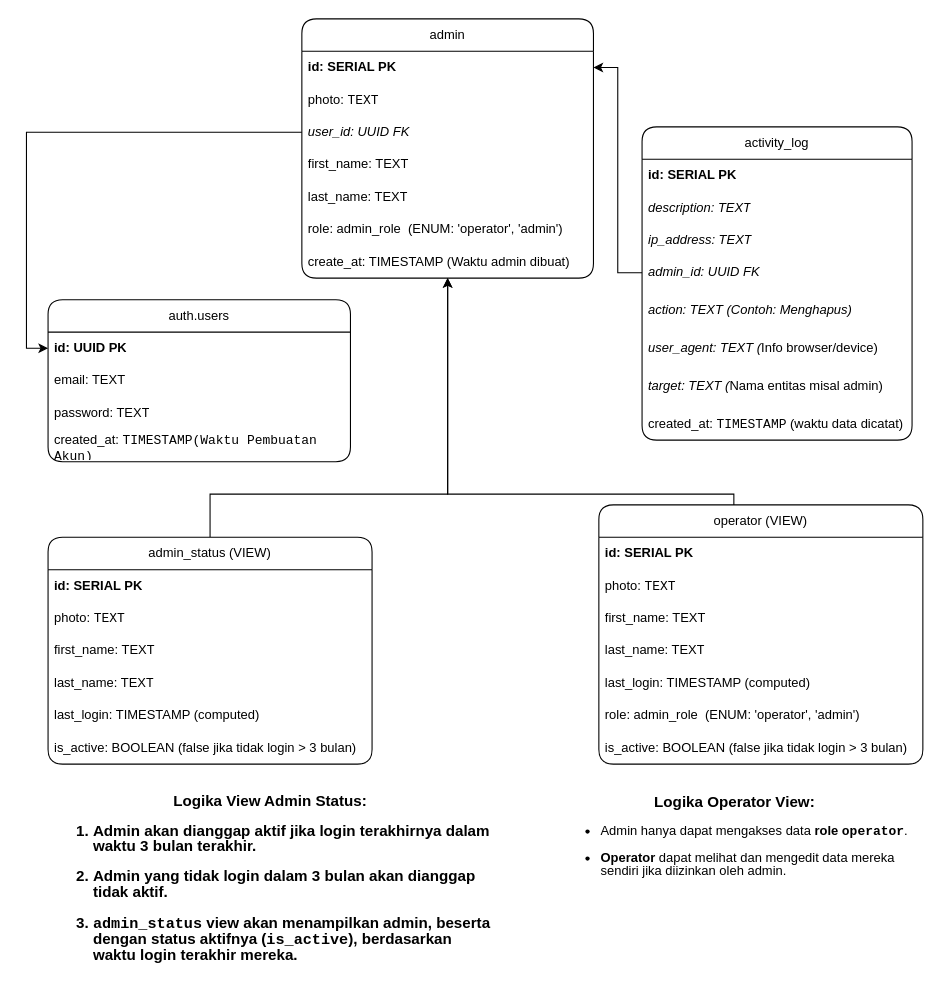
Earlier version of the draw.io diagram page "ERD CRUD" (1 of 13) of dba/Logika CRUD Admin Atau Operator.drawio (BhinnekaDev/DATABASE-LOKAL-GEOFISIKA-DATABASE). Source tidied: cells renumbered, new cells numbered last; positions are measured from the earlier drawing's top-left corner, leaving out a move shared by most shapes. Both pictures are drawn from the tidied source at 108%, with x=0, y=0 at pixel (48, 18).
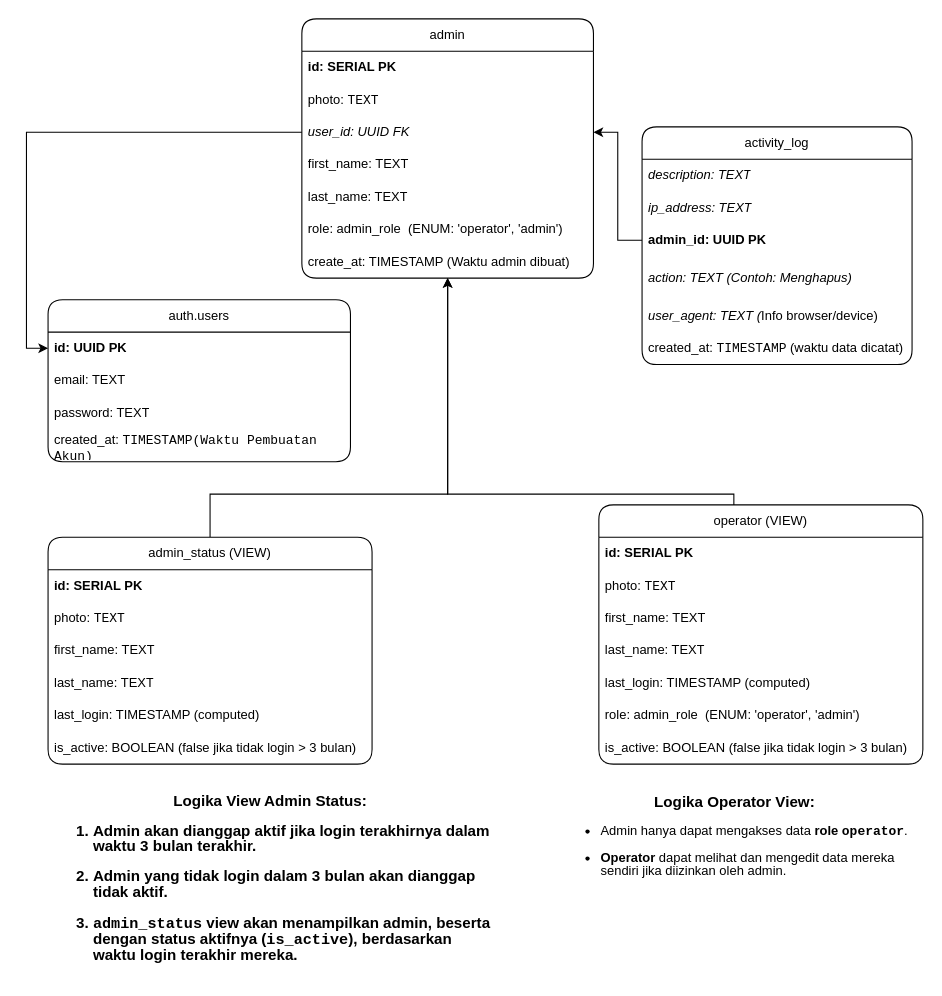
After the change.

Commit message (it also covers changes not shown here):
feat: menambahkan logika activity log

The change refers to these unchanged cells:
```xml
<mxCell id="3" value="&lt;b&gt;id:&amp;nbsp;SERIAL PK&lt;/b&gt;" style="text;strokeColor=none;fillColor=none;align=left;verticalAlign=middle;spacingLeft=4;spacingRight=4;overflow=hidden;points=[[0,0.5],[1,0.5]];portConstraint=eastwest;whiteSpace=wrap;html=1;labelBackgroundColor=none;rounded=1;" parent="2" vertex="1">
  <mxGeometry y="30" width="270" height="30" as="geometry" />
</mxCell>
<mxCell id="5" value="&lt;i&gt;user_id: UUID FK&amp;nbsp;&amp;nbsp;&lt;/i&gt;" style="text;strokeColor=none;fillColor=none;align=left;verticalAlign=middle;spacingLeft=4;spacingRight=4;overflow=hidden;points=[[0,0.5],[1,0.5]];portConstraint=eastwest;whiteSpace=wrap;html=1;labelBackgroundColor=none;rounded=1;" parent="2" vertex="1">
  <mxGeometry y="90" width="270" height="30" as="geometry" />
</mxCell>
```

What changed in the source:
```diff
@@
     <mxCell id="15" value="activity_log" style="swimlane;fontStyle=0;horizontal=1;startSize=30;whiteSpace=wrap;html=1;labelBackgroundColor=none;rounded=1;" parent="1" vertex="1">
-      <mxGeometry x="550" y="100" width="250" height="290" as="geometry" />
+      <mxGeometry x="550" y="100" width="250" height="220" as="geometry" />
     </mxCell>
-    <mxCell id="16" value="&lt;b&gt;id:&amp;nbsp;SERIAL PK&lt;/b&gt;" style="text;strokeColor=none;fillColor=none;align=left;verticalAlign=middle;spacingLeft=4;spacingRight=4;overflow=hidden;whiteSpace=wrap;html=1;labelBackgroundColor=none;rounded=1;" parent="15" vertex="1">
-      <mxGeometry y="30" width="250" height="30" as="geometry" />
-    </mxCell>
     <mxCell id="17" value="&lt;i&gt;description&lt;/i&gt;&lt;font face=&quot;monospace&quot; color=&quot;rgba(0, 0, 0, 0)&quot;&gt;&lt;span style=&quot;font-size: 0px; text-wrap-mode: nowrap;&quot;&gt;3CmxGraphModel%3E%3Croot%3E%3CmxCell%20id%3D%220%22%2F%3E%3CmxCell%20id%3D%221%22%20parent%3D%220%22%2F%3E%3CmxCell%20id%3D%222%22%20value%3D%22%26lt%3Bi%26gt%3Btarget%3A%20TEXT%26lt%3B%2Fi%26gt%3B%22%20style%3D%22text%3BstrokeColor%3Dnone%3BfillColor%3Dnone%3Balign%3Dleft%3BverticalAlign%3Dmiddle%3BspacingLeft%3D4%3BspacingRight%3D4%3Boverflow%3Dhidden%3Bpoints%3D%5B%5B0%2C0.5%5D%2C%5B1%2C0.5%5D%5D%3BportConstraint%3Deastwest%3Brotatable%3D0%3BwhiteSpace%3Dwrap%3Bhtml%3D1%3BlabelBackgroundColor%3Dnone%3Brounded%3D1%3B%22%20vertex%3D%221%22%20parent%3D%221%22%3E%3CmxGeometry%20x%3D%22-260%22%20y%3D%22380%22%20width%3D%22250%22%20height%3D%2220%22%20as%3D%22geometry%22%2F%3E%3C%2FmxCell%3E%3C%2Froot%3E%3C%2FmxGraphModel%3&lt;/span&gt;&lt;/font&gt;&lt;i&gt;: TEXT&lt;/i&gt;" style="text;strokeColor=none;fillColor=none;align=left;verticalAlign=middle;spacingLeft=4;spacingRight=4;overflow=hidden;whiteSpace=wrap;html=1;labelBackgroundColor=none;rounded=1;" parent="15" vertex="1">
-      <mxGeometry y="60" width="250" height="30" as="geometry" />
+      <mxGeometry y="30" width="250" height="30" as="geometry" />
     </mxCell>
     <mxCell id="18" value="&lt;i&gt;ip_address&lt;/i&gt;&lt;font face=&quot;monospace&quot; color=&quot;rgba(0, 0, 0, 0)&quot;&gt;&lt;span style=&quot;font-size: 0px; text-wrap-mode: nowrap;&quot;&gt;3CmxGraphMod%3E%3Croot%3E%3CmxCell%20id%3D%220%22%2F%3E%3CmxCell%20id%3D%221%22%20parent%3D%220%22%2F%3E%3CmxCell%20id%3D%222%22%20value%3D%22%26lt%3Bi%26gt%3Btarget%3A%20TEXT%26lt%3B%2Fi%26gt%3B%22%20style%3D%22text%3BstrokeColor%3Dnone%3BfillColor%3Dnone%3Balign%3Dleft%3BverticalAlign%3Dmiddle%3BspacingLeft%3D4%3BspacingRight%3D4%3Boverflow%3Dhidden%3Bpoints%3D%5B%5B0%2C0.5%5D%2C%5B1%2C0.5%5D%5D%3BportConstraint%3Deastwest%3Brotatable%3D0%3BwhiteSpace%3Dwrap%3Bhtml%3D1%3BlabelBackgroundColor%3Dnone%3Brounded%3D1%3B%22%20vertex%3D%221%22%20parent%3D%221%22%3E%3CmxGeometry%20x%3D%22-260%22%20y%3D%22380%22%20width%3D%22250%22%20height%3D%2220%22%20as%3D%22geometry%22%2F%3E%3C%2FmxCell%3E%3C%2Froot%3E%3C%2FmxGraphModel%&lt;/span&gt;&lt;/font&gt;&lt;i&gt;: TEXT&lt;/i&gt;" style="text;strokeColor=none;fillColor=none;align=left;verticalAlign=middle;spacingLeft=4;spacingRight=4;overflow=hidden;whiteSpace=wrap;html=1;labelBackgroundColor=none;rounded=1;" parent="15" vertex="1">
-      <mxGeometry y="90" width="250" height="30" as="geometry" />
+      <mxGeometry y="60" width="250" height="30" as="geometry" />
     </mxCell>
-    <mxCell id="19" value="&lt;i&gt;admin_id: UUID FK&amp;nbsp;&amp;nbsp;&lt;/i&gt;" style="text;strokeColor=none;fillColor=none;align=left;verticalAlign=middle;spacingLeft=4;spacingRight=4;overflow=hidden;points=[[0,0.5],[1,0.5]];portConstraint=eastwest;whiteSpace=wrap;html=1;labelBackgroundColor=none;rounded=1;" parent="15" vertex="1">
-      <mxGeometry y="120" width="250" height="30" as="geometry" />
+    <mxCell id="19" value="&lt;b style=&quot;&quot;&gt;admin_id: UUID PK&lt;/b&gt;" style="text;strokeColor=none;fillColor=none;align=left;verticalAlign=middle;spacingLeft=4;spacingRight=4;overflow=hidden;points=[[0,0.5],[1,0.5]];portConstraint=eastwest;whiteSpace=wrap;html=1;labelBackgroundColor=none;rounded=1;" parent="15" vertex="1">
+      <mxGeometry y="90" width="250" height="30" as="geometry" />
     </mxCell>
     <mxCell id="20" value="&lt;i&gt;action: TEXT (Contoh: Menghapus)&lt;/i&gt;" style="text;strokeColor=none;fillColor=none;align=left;verticalAlign=middle;spacingLeft=4;spacingRight=4;overflow=hidden;whiteSpace=wrap;html=1;labelBackgroundColor=none;rounded=1;" parent="15" vertex="1">
-      <mxGeometry y="150" width="250" height="40" as="geometry" />
+      <mxGeometry y="120" width="250" height="40" as="geometry" />
     </mxCell>
     <mxCell id="21" value="&lt;i&gt;user_agent: TEXT (&lt;/i&gt;Info browser/device)" style="text;strokeColor=none;fillColor=none;align=left;verticalAlign=middle;spacingLeft=4;spacingRight=4;overflow=hidden;whiteSpace=wrap;html=1;labelBackgroundColor=none;rounded=1;" parent="15" vertex="1">
-      <mxGeometry y="190" width="250" height="30" as="geometry" />
+      <mxGeometry y="160" width="250" height="30" as="geometry" />
     </mxCell>
-    <mxCell id="22" value="&lt;i&gt;target: TEXT (&lt;/i&gt;Nama entitas misal admin)" style="text;strokeColor=none;fillColor=none;align=left;verticalAlign=middle;spacingLeft=4;spacingRight=4;overflow=hidden;whiteSpace=wrap;html=1;labelBackgroundColor=none;rounded=1;" parent="15" vertex="1">
-      <mxGeometry y="220" width="250" height="40" as="geometry" />
-    </mxCell>
     <mxCell id="23" value="created_at:&amp;nbsp;&lt;code&gt;TIMESTAMP&lt;/code&gt; (waktu data dicatat)" style="text;strokeColor=none;fillColor=none;align=left;verticalAlign=middle;spacingLeft=4;spacingRight=4;overflow=hidden;whiteSpace=wrap;html=1;labelBackgroundColor=none;rounded=1;" parent="15" vertex="1">
-      <mxGeometry y="260" width="250" height="30" as="geometry" />
+      <mxGeometry y="190" width="250" height="30" as="geometry" />
     </mxCell>
@@
-    <mxCell id="43" style="edgeStyle=orthogonalEdgeStyle;rounded=0;jettySize=auto;html=1;exitX=0;exitY=0.5;exitDx=0;exitDy=0;entryX=1;entryY=0.5;entryDx=0;entryDy=0;" parent="1" edge="1" source="19" target="3">
+    <mxCell id="43" style="edgeStyle=orthogonalEdgeStyle;rounded=0;jettySize=auto;html=1;exitX=0;exitY=0.5;exitDx=0;exitDy=0;" parent="1" edge="1" source="19" target="5">
       <mxGeometry relative="1" as="geometry" />
     </mxCell>
```
